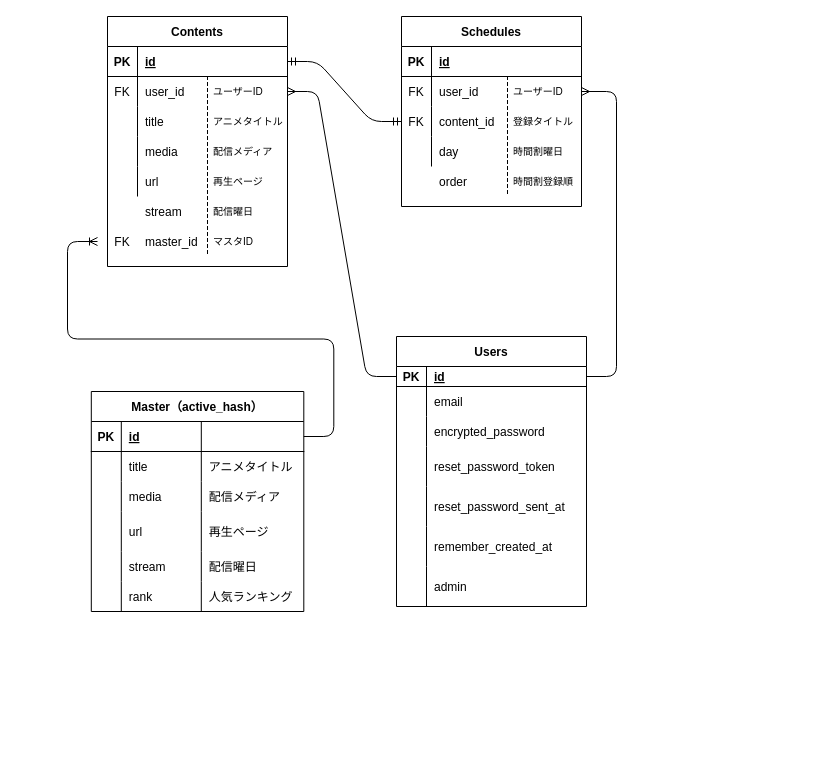
Above: erd.dio in inoway46/subani (draw.io), before the change. Source tidied: cells renumbered, new cells numbered last; positions are measured from the earlier drawing's top-left corner, leaving out a move shared by most shapes. Both pictures are drawn from the tidied source at 100%, with x=0, y=0 at pixel (91, 16).
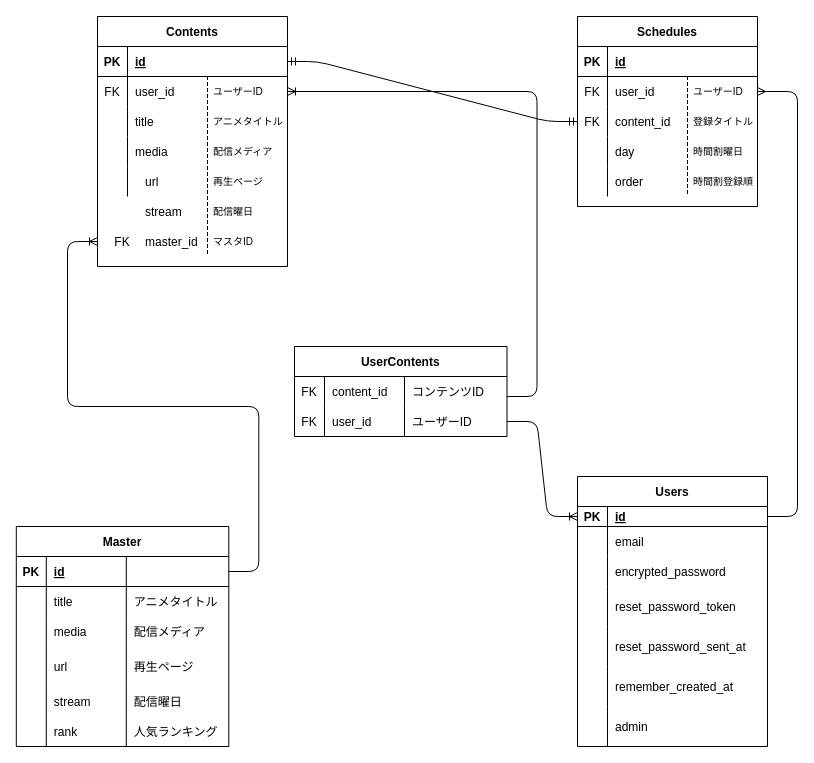
The same diagram, later.

Commit message:
ER図にUserContentsテーブルを追加

The change refers to these unchanged cells:
```xml
<mxCell id="19" style="shape=partialRectangle;fillColor=none;top=0;left=0;bottom=1;right=0;points=[[0,0.5],[1,0.5]];portConstraint=eastwest;" parent="18" vertex="1">
  <mxGeometry y="30" width="190" height="20" as="geometry" />
</mxCell>
<mxCell id="44" style="shape=partialRectangle;fillColor=none;top=0;left=0;bottom=0;right=0;points=[[0,0.5],[1,0.5]];portConstraint=eastwest;" parent="40" vertex="1">
  <mxGeometry y="60" width="180" height="30" as="geometry" />
</mxCell>
```

Change to the diagram source:
```diff
@@
     <mxCell id="2" value="Contents" style="shape=table;startSize=30;childLayout=tableLayout;rowLines=0;fontStyle=1;align=center;" parent="1" vertex="1">
-      <mxGeometry x="16" width="180" height="250" as="geometry" />
+      <mxGeometry x="6" width="190" height="250" as="geometry" />
     </mxCell>
     <mxCell id="3" style="shape=partialRectangle;fillColor=none;top=0;left=0;bottom=1;right=0;points=[[0,0.5],[1,0.5]];portConstraint=eastwest;" parent="2" vertex="1">
-      <mxGeometry y="30" width="180" height="30" as="geometry" />
+      <mxGeometry y="30" width="190" height="30" as="geometry" />
     </mxCell>
@@
     <mxCell id="5" value="id" style="shape=partialRectangle;fillColor=none;top=0;left=0;bottom=0;right=0;align=left;spacingLeft=6;fontStyle=5;overflow=hidden;" parent="3" vertex="1">
-      <mxGeometry x="30" width="150" height="30" as="geometry" />
+      <mxGeometry x="30" width="160" height="30" as="geometry" />
     </mxCell>
     <mxCell id="6" style="shape=partialRectangle;fillColor=none;top=0;left=0;bottom=0;right=0;points=[[0,0.5],[1,0.5]];portConstraint=eastwest;" parent="2" vertex="1">
-      <mxGeometry y="60" width="180" height="30" as="geometry" />
+      <mxGeometry y="60" width="190" height="30" as="geometry" />
     </mxCell>
@@
     <mxCell id="8" value="user_id" style="shape=partialRectangle;fillColor=none;top=0;left=0;bottom=0;right=0;align=left;spacingLeft=6;overflow=hidden;" parent="6" vertex="1">
-      <mxGeometry x="30" width="150" height="30" as="geometry" />
+      <mxGeometry x="30" width="160" height="30" as="geometry" />
     </mxCell>
     <mxCell id="9" style="shape=partialRectangle;fillColor=none;top=0;left=0;bottom=0;right=0;" parent="2" vertex="1">
-      <mxGeometry y="90" width="180" height="30" as="geometry" />
+      <mxGeometry y="90" width="190" height="30" as="geometry" />
     </mxCell>
@@
     <mxCell id="11" value="title" style="shape=partialRectangle;fillColor=none;top=0;left=0;bottom=0;right=0;align=left;spacingLeft=6;overflow=hidden;" parent="9" vertex="1">
-      <mxGeometry x="30" width="150" height="30" as="geometry" />
+      <mxGeometry x="30" width="160" height="30" as="geometry" />
     </mxCell>
     <mxCell id="12" style="shape=partialRectangle;fillColor=none;top=0;left=0;bottom=0;right=0;" parent="2" vertex="1">
-      <mxGeometry y="120" width="180" height="30" as="geometry" />
+      <mxGeometry y="120" width="190" height="30" as="geometry" />
     </mxCell>
@@
     <mxCell id="14" value="media" style="shape=partialRectangle;fillColor=none;top=0;left=0;bottom=0;right=0;align=left;spacingLeft=6;overflow=hidden;" parent="12" vertex="1">
-      <mxGeometry x="30" width="150" height="30" as="geometry" />
+      <mxGeometry x="30" width="160" height="30" as="geometry" />
     </mxCell>
     <mxCell id="15" style="shape=partialRectangle;fillColor=none;top=0;left=0;bottom=0;right=0;" parent="2" vertex="1">
-      <mxGeometry y="150" width="180" height="30" as="geometry" />
+      <mxGeometry y="150" width="190" height="30" as="geometry" />
     </mxCell>
@@
     <mxCell id="17" style="shape=partialRectangle;fillColor=none;top=0;left=0;bottom=0;right=0;align=left;spacingLeft=6;overflow=hidden;" parent="15" vertex="1">
-      <mxGeometry x="30" width="150" height="30" as="geometry" />
+      <mxGeometry x="30" width="160" height="30" as="geometry" />
     </mxCell>
     <mxCell id="18" value="Users" style="shape=table;startSize=30;childLayout=tableLayout;rowLines=0;fontStyle=1;align=center;" parent="1" vertex="1">
-      <mxGeometry x="305" y="320" width="190" height="270" as="geometry" />
+      <mxGeometry x="486" y="460" width="190" height="270" as="geometry" />
     </mxCell>
@@
     <mxCell id="40" value="Schedules" style="shape=table;startSize=30;childLayout=tableLayout;rowLines=0;fontStyle=1;align=center;" parent="1" vertex="1">
-      <mxGeometry x="310" width="180" height="190" as="geometry" />
+      <mxGeometry x="486" width="180" height="190" as="geometry" />
     </mxCell>
@@
+    <mxCell id="107" style="shape=partialRectangle;fillColor=none;top=0;left=0;bottom=0;right=0;" parent="40" vertex="1">
+      <mxGeometry y="150" width="180" height="30" as="geometry" />
+    </mxCell>
+    <mxCell id="108" style="shape=partialRectangle;fillColor=none;top=0;left=0;bottom=0;right=0;overflow=hidden;" parent="107" vertex="1">
+      <mxGeometry width="30" height="30" as="geometry" />
+    </mxCell>
+    <mxCell id="55" value="order" style="shape=partialRectangle;fillColor=none;top=0;left=0;bottom=0;right=0;align=left;spacingLeft=6;overflow=hidden;" parent="107" vertex="1">
+      <mxGeometry x="30" width="150" height="30" as="geometry" />
+    </mxCell>
@@
-    <mxCell id="55" value="order" style="shape=partialRectangle;fillColor=none;top=0;left=0;bottom=0;right=0;align=left;spacingLeft=6;overflow=hidden;" parent="1" vertex="1">
-      <mxGeometry x="340" y="150" width="150" height="30" as="geometry" />
-    </mxCell>
@@
     <mxCell id="67" value="ユーザーID" style="shape=partialRectangle;fillColor=none;align=left;verticalAlign=middle;strokeColor=none;spacingLeft=34;fontSize=10;" parent="1" vertex="1">
-      <mxGeometry x="386" y="60" width="90" height="30" as="geometry" />
+      <mxGeometry x="566" y="60" width="90" height="30" as="geometry" />
     </mxCell>
@@
     <mxCell id="69" value="登録タイトル" style="shape=partialRectangle;fillColor=none;align=left;verticalAlign=middle;strokeColor=none;spacingLeft=34;fontSize=10;" parent="1" vertex="1">
-      <mxGeometry x="386" y="90" width="90" height="30" as="geometry" />
+      <mxGeometry x="566" y="90" width="90" height="30" as="geometry" />
     </mxCell>
@@
     <mxCell id="71" value="時間割曜日" style="shape=partialRectangle;fillColor=none;align=left;verticalAlign=middle;strokeColor=none;spacingLeft=34;fontSize=10;" parent="1" vertex="1">
-      <mxGeometry x="386" y="120" width="90" height="30" as="geometry" />
+      <mxGeometry x="566" y="120" width="90" height="30" as="geometry" />
     </mxCell>
@@
     <mxCell id="73" value="時間割登録順" style="shape=partialRectangle;fillColor=none;align=left;verticalAlign=middle;strokeColor=none;spacingLeft=34;fontSize=10;" parent="1" vertex="1">
-      <mxGeometry x="386" y="150" width="90" height="30" as="geometry" />
+      <mxGeometry x="566" y="150" width="90" height="30" as="geometry" />
     </mxCell>
@@
-    <mxCell id="78" value="Master（active_hash）" style="shape=table;startSize=30;childLayout=tableLayout;rowLines=0;fontStyle=1;align=center;" parent="1" vertex="1">
-      <mxGeometry x="-0.2" y="375" width="212.5" height="220" as="geometry" />
+    <mxCell id="78" value="Master" style="shape=table;startSize=30;childLayout=tableLayout;rowLines=0;fontStyle=1;align=center;" parent="1" vertex="1">
+      <mxGeometry x="-75.2" y="510" width="212.5" height="220" as="geometry" />
     </mxCell>
@@
     <mxCell id="105" style="edgeStyle=entityRelationEdgeStyle;fontSize=12;html=1;endArrow=ERmany;entryX=1;entryY=0.5;entryDx=0;entryDy=0;" parent="1" edge="1" target="44">
       <mxGeometry relative="1" as="geometry">
-        <mxPoint x="495" y="360" as="sourcePoint" />
+        <mxPoint x="676" y="500" as="sourcePoint" />
       </mxGeometry>
     </mxCell>
-    <mxCell id="106" style="edgeStyle=entityRelationEdgeStyle;fontSize=12;html=1;endArrow=ERmany;exitX=0;exitY=0.5;exitDx=0;exitDy=0;entryX=1;entryY=0.5;entryDx=0;entryDy=0;" parent="1" edge="1" source="19" target="6">
-      <mxGeometry relative="1" as="geometry" />
+    <mxCell id="106" value="UserContents" style="shape=table;startSize=30;childLayout=tableLayout;rowLines=0;fontStyle=1;align=center;" parent="1" vertex="1">
+      <mxGeometry x="203" y="330" width="212.5" height="90" as="geometry" />
     </mxCell>
+    <mxCell id="109" style="shape=partialRectangle;fillColor=none;top=0;left=0;bottom=0;right=0;" parent="106" vertex="1">
+      <mxGeometry y="30" width="212.5" height="30" as="geometry" />
+    </mxCell>
+    <mxCell id="110" value="FK" style="shape=partialRectangle;fillColor=none;top=0;left=0;bottom=0;right=0;overflow=hidden;" parent="109" vertex="1">
+      <mxGeometry width="30" height="30" as="geometry" />
+    </mxCell>
+    <mxCell id="111" value="content_id" style="shape=partialRectangle;fillColor=none;top=0;left=0;bottom=0;right=0;align=left;spacingLeft=6;overflow=hidden;" parent="109" vertex="1">
+      <mxGeometry x="30" width="80" height="30" as="geometry" />
+    </mxCell>
+    <mxCell id="112" value="コンテンツID" style="shape=partialRectangle;fillColor=none;top=0;left=0;bottom=0;right=0;align=left;spacingLeft=6;overflow=hidden;fontSize=12;" parent="109" vertex="1">
+      <mxGeometry x="110" width="102.5" height="30" as="geometry" />
+    </mxCell>
+    <mxCell id="113" style="shape=partialRectangle;fillColor=none;top=0;left=0;bottom=0;right=0;points=[[0,0.5],[1,0.5]];portConstraint=eastwest;" parent="106" vertex="1">
+      <mxGeometry y="60" width="212.5" height="30" as="geometry" />
+    </mxCell>
+    <mxCell id="114" value="FK" style="shape=partialRectangle;fillColor=none;top=0;left=0;bottom=0;right=0;overflow=hidden;" parent="113" vertex="1">
+      <mxGeometry width="30" height="30" as="geometry" />
+    </mxCell>
+    <mxCell id="115" value="user_id" style="shape=partialRectangle;fillColor=none;top=0;left=0;bottom=0;right=0;align=left;spacingLeft=6;overflow=hidden;" parent="113" vertex="1">
+      <mxGeometry x="30" width="80" height="30" as="geometry" />
+    </mxCell>
+    <mxCell id="116" value="ユーザーID" style="shape=partialRectangle;fillColor=none;top=0;left=0;bottom=0;right=0;align=left;spacingLeft=6;overflow=hidden;" parent="113" vertex="1">
+      <mxGeometry x="110" width="102.5" height="30" as="geometry" />
+    </mxCell>
+    <mxCell id="117" style="edgeStyle=entityRelationEdgeStyle;fontSize=12;html=1;endArrow=ERoneToMany;exitX=1;exitY=0.5;exitDx=0;exitDy=0;entryX=0;entryY=0.5;entryDx=0;entryDy=0;" parent="1" edge="1" source="113" target="19">
+      <mxGeometry relative="1" as="geometry" />
+    </mxCell>
+    <mxCell id="118" style="edgeStyle=entityRelationEdgeStyle;fontSize=12;html=1;endArrow=ERoneToMany;entryX=1;entryY=0.5;entryDx=0;entryDy=0;" parent="1" edge="1" target="6">
+      <mxGeometry relative="1" as="geometry">
+        <mxPoint x="415.5" y="380" as="sourcePoint" />
+      </mxGeometry>
+    </mxCell>
```
